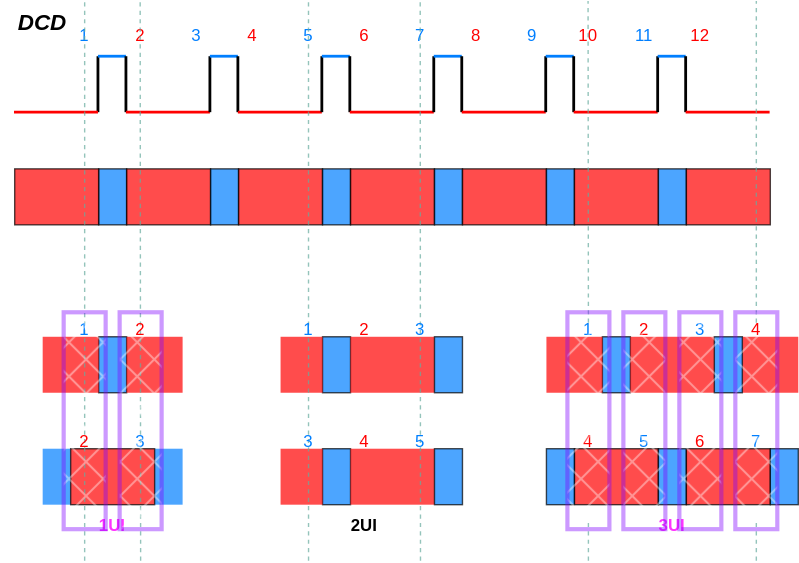
raytroop/raytroop.github.io keeps this draw.io diagram as source/_posts/link-mdl/dcd.drawio.svg. Above is the earlier version. Source tidied: cells renumbered, new cells last; positions are measured from the earlier drawing's top-left corner, leaving out a move shared by most shapes.
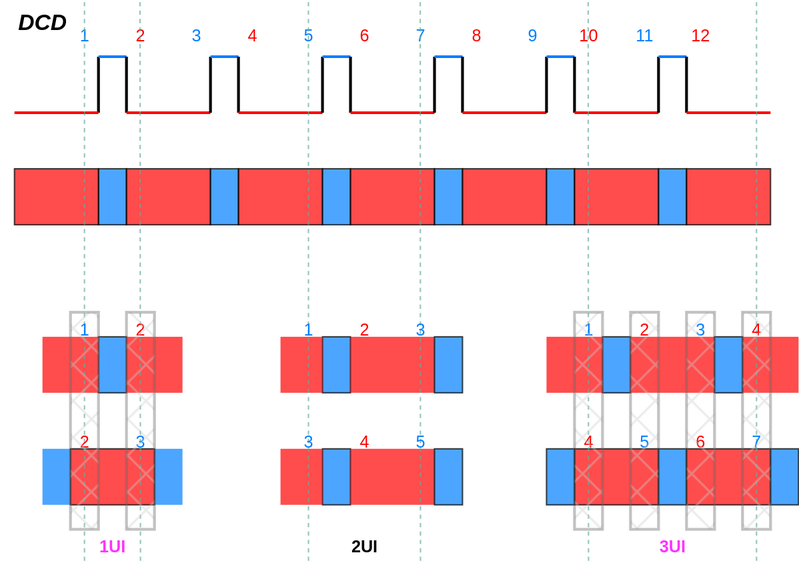
The same file after the commit.

The edit, as a diff of the source:
```diff
@@ -300,13 +300,13 @@
       <mxGeometry x="390" y="320" width="20" height="40" as="geometry" />
     </mxCell>
     <mxCell id="76" value="&lt;b&gt;&lt;font style=&quot;color: rgb(255, 51, 255);&quot;&gt;1UI&lt;/font&gt;&lt;/b&gt;" style="text;html=1;align=center;verticalAlign=middle;whiteSpace=wrap;rounded=0;" parent="1" vertex="1">
-      <mxGeometry x="50" y="360" width="60" height="30" as="geometry" />
+      <mxGeometry x="50" y="375" width="60" height="30" as="geometry" />
     </mxCell>
     <mxCell id="77" value="&lt;b&gt;2UI&lt;/b&gt;" style="text;html=1;align=center;verticalAlign=middle;whiteSpace=wrap;rounded=0;" parent="1" vertex="1">
-      <mxGeometry x="230" y="360" width="60" height="30" as="geometry" />
+      <mxGeometry x="230" y="375" width="60" height="30" as="geometry" />
     </mxCell>
     <mxCell id="78" value="&lt;b&gt;&lt;font style=&quot;color: rgb(255, 51, 255);&quot;&gt;3UI&lt;/font&gt;&lt;/b&gt;" style="text;html=1;align=center;verticalAlign=middle;whiteSpace=wrap;rounded=0;" parent="1" vertex="1">
-      <mxGeometry x="450" y="360" width="60" height="30" as="geometry" />
+      <mxGeometry x="450" y="375" width="60" height="30" as="geometry" />
     </mxCell>
     <mxCell id="79" style="endArrow=none;html=1;rounded=0;dashed=1;opacity=70;strokeColor=#67AB9F;" parent="1" edge="1">
       <mxGeometry relative="1" as="geometry">
@@ -334,31 +334,19 @@
     </mxCell>
     <mxCell id="83" style="endArrow=none;html=1;rounded=0;dashed=1;opacity=70;strokeColor=#67AB9F;" parent="1" edge="1">
       <mxGeometry relative="1" as="geometry">
-        <mxPoint x="420" y="230" as="sourcePoint" />
+        <mxPoint x="420" y="400" as="sourcePoint" />
         <mxPoint x="419.8" as="targetPoint" />
       </mxGeometry>
     </mxCell>
     <mxCell id="84" style="endArrow=none;html=1;rounded=0;dashed=1;opacity=70;strokeColor=#67AB9F;" parent="1" edge="1">
       <mxGeometry relative="1" as="geometry">
-        <mxPoint x="540" y="230" as="sourcePoint" />
+        <mxPoint x="540" y="400" as="sourcePoint" />
         <mxPoint x="540" as="targetPoint" />
       </mxGeometry>
     </mxCell>
     <mxCell id="85" value="&lt;b&gt;&lt;i&gt;&lt;font style=&quot;font-size: 16px;&quot;&gt;DCD&lt;/font&gt;&lt;/i&gt;&lt;/b&gt;" style="text;html=1;align=center;verticalAlign=middle;whiteSpace=wrap;rounded=0;" parent="1" vertex="1">
       <mxGeometry width="60" height="30" as="geometry" />
     </mxCell>
-    <mxCell id="86" style="endArrow=none;html=1;rounded=0;dashed=1;opacity=70;strokeColor=#67AB9F;" parent="1" edge="1">
-      <mxGeometry relative="1" as="geometry">
-        <mxPoint x="420" y="400" as="sourcePoint" />
-        <mxPoint x="420" y="370" as="targetPoint" />
-      </mxGeometry>
-    </mxCell>
-    <mxCell id="87" style="endArrow=none;html=1;rounded=0;dashed=1;opacity=70;strokeColor=#67AB9F;" parent="1" edge="1">
-      <mxGeometry relative="1" as="geometry">
-        <mxPoint x="540" y="400" as="sourcePoint" />
-        <mxPoint x="540" y="370" as="targetPoint" />
-      </mxGeometry>
-    </mxCell>
     <mxCell id="88" value="&lt;font style=&quot;color: rgb(0, 127, 255);&quot;&gt;1&lt;/font&gt;" style="text;html=1;align=center;verticalAlign=middle;whiteSpace=wrap;rounded=0;" parent="1" vertex="1">
       <mxGeometry x="190" y="220" width="60" height="30" as="geometry" />
     </mxCell>
@@ -413,23 +401,23 @@
     <mxCell id="105" value="7" style="text;html=1;align=center;verticalAlign=middle;whiteSpace=wrap;rounded=0;fontColor=#007FFF;" parent="1" vertex="1">
       <mxGeometry x="510" y="300" width="60" height="30" as="geometry" />
     </mxCell>
-    <mxCell id="106" style="rounded=0;whiteSpace=wrap;html=1;fillColor=#FFFFFF;opacity=40;strokeColor=#7F00FF;strokeWidth=3;fillStyle=cross-hatch;" parent="1" vertex="1">
-      <mxGeometry x="45" y="222.5" width="30" height="155" as="geometry" />
+    <mxCell id="106" style="rounded=0;whiteSpace=wrap;html=1;fillColor=#CCCCCC;opacity=40;strokeColor=#666666;strokeWidth=2;fillStyle=cross-hatch;" parent="1" vertex="1">
+      <mxGeometry x="50" y="222.5" width="20" height="155" as="geometry" />
     </mxCell>
-    <mxCell id="107" style="rounded=0;whiteSpace=wrap;html=1;fillColor=#FFFFFF;opacity=40;strokeColor=#7F00FF;strokeWidth=3;fillStyle=cross-hatch;" parent="1" vertex="1">
-      <mxGeometry x="85" y="222.5" width="30" height="155" as="geometry" />
+    <mxCell id="107" style="rounded=0;whiteSpace=wrap;html=1;fillColor=#CCCCCC;opacity=40;strokeColor=#666666;strokeWidth=2;fillStyle=cross-hatch;" parent="1" vertex="1">
+      <mxGeometry x="90" y="222.5" width="20" height="155" as="geometry" />
     </mxCell>
-    <mxCell id="108" style="rounded=0;whiteSpace=wrap;html=1;fillColor=default;opacity=40;strokeColor=#7F00FF;strokeWidth=3;fillStyle=cross-hatch;" parent="1" vertex="1">
-      <mxGeometry x="405" y="222.5" width="30" height="155" as="geometry" />
+    <mxCell id="108" style="rounded=0;whiteSpace=wrap;html=1;fillColor=#CCCCCC;opacity=40;strokeColor=#666666;strokeWidth=2;fillStyle=cross-hatch;" parent="1" vertex="1">
+      <mxGeometry x="410" y="222.5" width="20" height="155" as="geometry" />
     </mxCell>
-    <mxCell id="109" style="rounded=0;whiteSpace=wrap;html=1;fillColor=default;opacity=40;strokeColor=#7F00FF;strokeWidth=3;fillStyle=cross-hatch;" parent="1" vertex="1">
-      <mxGeometry x="445" y="222.5" width="30" height="155" as="geometry" />
+    <mxCell id="109" style="rounded=0;whiteSpace=wrap;html=1;fillColor=#CCCCCC;opacity=40;strokeColor=#666666;strokeWidth=2;fillStyle=cross-hatch;" parent="1" vertex="1">
+      <mxGeometry x="450" y="222.5" width="20" height="155" as="geometry" />
     </mxCell>
-    <mxCell id="110" style="rounded=0;whiteSpace=wrap;html=1;fillColor=default;opacity=40;strokeColor=#7F00FF;strokeWidth=3;fillStyle=cross-hatch;" parent="1" vertex="1">
-      <mxGeometry x="485" y="222.5" width="30" height="155" as="geometry" />
+    <mxCell id="110" style="rounded=0;whiteSpace=wrap;html=1;fillColor=#CCCCCC;opacity=40;strokeColor=#666666;strokeWidth=2;fillStyle=cross-hatch;" parent="1" vertex="1">
+      <mxGeometry x="490" y="222.5" width="20" height="155" as="geometry" />
     </mxCell>
-    <mxCell id="111" style="rounded=0;whiteSpace=wrap;html=1;fillColor=default;opacity=40;strokeColor=#7F00FF;strokeWidth=3;fillStyle=cross-hatch;" parent="1" vertex="1">
-      <mxGeometry x="525" y="222.5" width="30" height="155" as="geometry" />
+    <mxCell id="111" style="rounded=0;whiteSpace=wrap;html=1;fillColor=#CCCCCC;opacity=40;strokeColor=#666666;strokeWidth=2;fillStyle=cross-hatch;" parent="1" vertex="1">
+      <mxGeometry x="530" y="222.5" width="20" height="155" as="geometry" />
     </mxCell>
   </root>
 </mxGraphModel>
```
